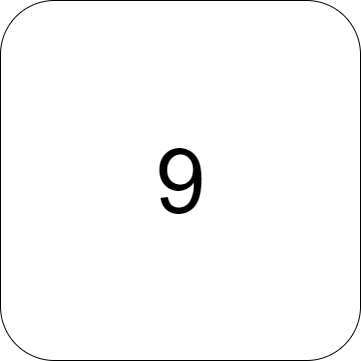
Above: Rush Hour Main/assets/MapButtons/9(A).png in zintom69/Game-Rush-Hour (draw.io), before the change. Source tidied: cells renumbered, new cells last; positions are measured from the earlier drawing's top-left corner, leaving out a move shared by most shapes.
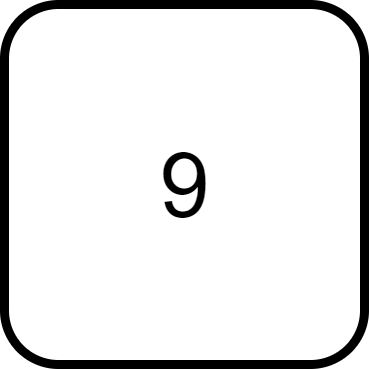
Later version of the same file.

What changed in the source:
```diff
@@ -2,7 +2,7 @@
   <root>
     <mxCell id="0" />
     <mxCell id="1" parent="0" />
-    <mxCell id="2" value="&lt;span style=&quot;font-size: 90px;&quot;&gt;9&lt;/span&gt;" style="rounded=1;whiteSpace=wrap;html=1;" parent="1" vertex="1">
+    <mxCell id="2" value="&lt;span style=&quot;font-size: 90px;&quot;&gt;9&lt;/span&gt;" style="rounded=1;whiteSpace=wrap;html=1;strokeWidth=9;" parent="1" vertex="1">
       <mxGeometry width="360" height="360" as="geometry" />
     </mxCell>
   </root>
```
